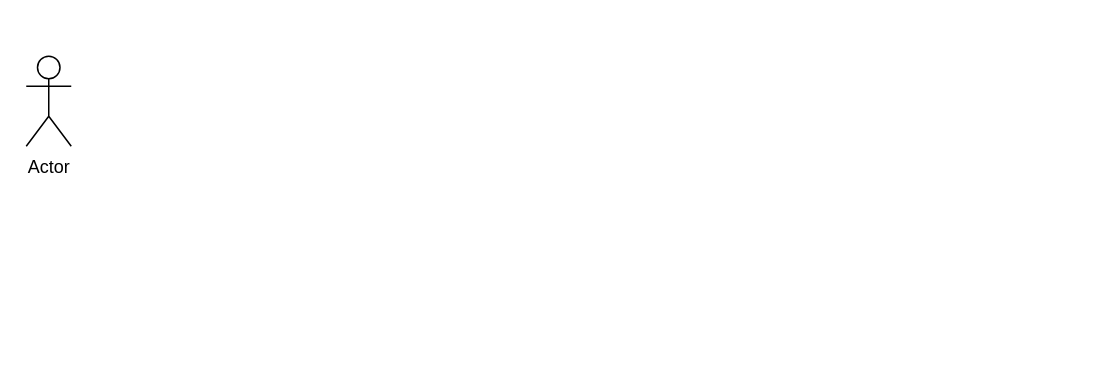
Earlier version of the draw.io diagram group/07_web_visitor/robustness_logout.drawio (ko246/ohara_uml). Source tidied: cells renumbered, new cells numbered last; positions are measured from the earlier drawing's top-left corner, leaving out a move shared by most shapes. Both pictures are drawn from the tidied source at 150%, with x=0, y=0 at pixel (26, 56).
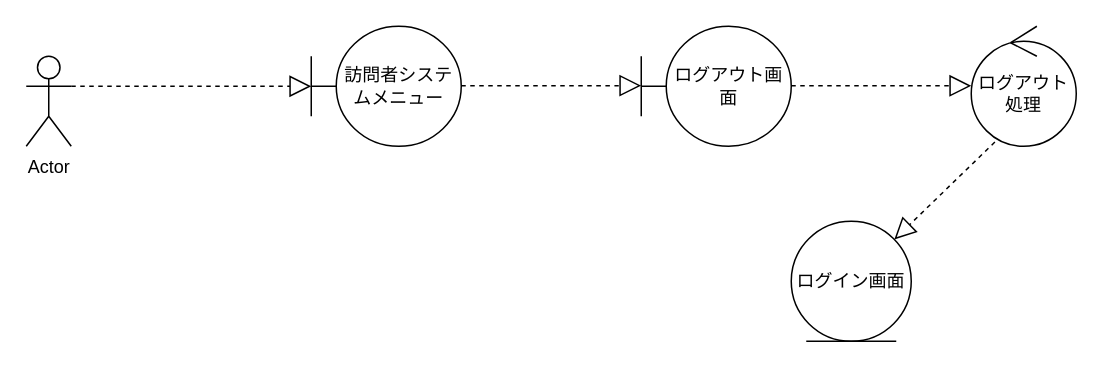
Above is the later version.

Commit message:
usecase logout

The edit, as a diff of the source:
```diff
@@
 <mxGraphModel>
   <root>
     <mxCell id="0" />
     <mxCell id="1" parent="0" />
     <mxCell id="2" value="Actor" style="shape=umlActor;verticalLabelPosition=bottom;verticalAlign=top;html=1;" parent="1" vertex="1">
       <mxGeometry width="30" height="60" as="geometry" />
     </mxCell>
+    <mxCell id="3" value="訪問者システムメニュー" style="shape=umlBoundary;whiteSpace=wrap;html=1;" parent="1" vertex="1">
+      <mxGeometry x="190" y="-20" width="100" height="80" as="geometry" />
+    </mxCell>
+    <mxCell id="4" style="endArrow=block;dashed=1;endFill=0;endSize=12;html=1;" parent="1" edge="1">
+      <mxGeometry relative="1" as="geometry">
+        <mxPoint x="30" y="20" as="sourcePoint" />
+        <mxPoint x="190" y="20" as="targetPoint" />
+      </mxGeometry>
+    </mxCell>
+    <mxCell id="5" style="endArrow=block;dashed=1;endFill=0;endSize=12;html=1;" parent="1" edge="1">
+      <mxGeometry relative="1" as="geometry">
+        <mxPoint x="290" y="19.6" as="sourcePoint" />
+        <mxPoint x="410" y="19.6" as="targetPoint" />
+        <Array as="points">
+          <mxPoint x="390" y="19.6" />
+        </Array>
+      </mxGeometry>
+    </mxCell>
+    <mxCell id="6" value="ログアウト画面" style="shape=umlBoundary;whiteSpace=wrap;html=1;" parent="1" vertex="1">
+      <mxGeometry x="410" y="-20" width="100" height="80" as="geometry" />
+    </mxCell>
+    <mxCell id="7" style="endArrow=block;dashed=1;endFill=0;endSize=12;html=1;" parent="1" edge="1">
+      <mxGeometry relative="1" as="geometry">
+        <mxPoint x="510" y="19.7" as="sourcePoint" />
+        <mxPoint x="630" y="19.7" as="targetPoint" />
+      </mxGeometry>
+    </mxCell>
+    <mxCell id="8" value="ログアウト処理" style="ellipse;shape=umlControl;whiteSpace=wrap;html=1;" parent="1" vertex="1">
+      <mxGeometry x="630" y="-20" width="70" height="80" as="geometry" />
+    </mxCell>
+    <mxCell id="9" style="endArrow=block;dashed=1;endFill=0;endSize=12;html=1;exitX=0.225;exitY=0.965;exitDx=0;exitDy=0;exitPerimeter=0;" parent="1" edge="1" source="8" target="10">
+      <mxGeometry relative="1" as="geometry" />
+    </mxCell>
+    <mxCell id="10" value="ログイン画面" style="ellipse;shape=umlEntity;whiteSpace=wrap;html=1;" parent="1" vertex="1">
+      <mxGeometry x="510" y="110" width="80" height="80" as="geometry" />
+    </mxCell>
   </root>
 </mxGraphModel>
```
